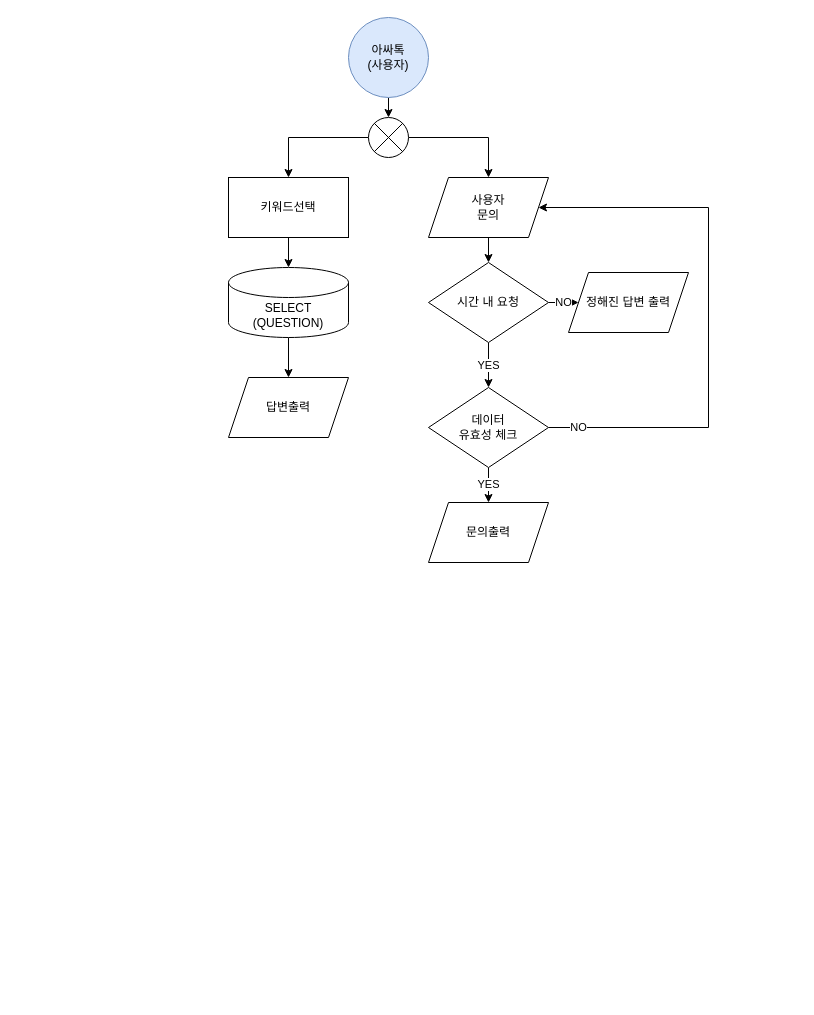
Before: page "아싸톡" (8 of 8) of 설계/데이터흐름도/회원 flowchart(혜진).drawio in hjkim27/TEAM_Project, a draw.io diagram. Source tidied: cells renumbered, new cells numbered last; positions are measured from the earlier drawing's top-left corner, leaving out a move shared by most shapes. Both pictures are drawn from the tidied source at 100%, with x=0, y=0 at pixel (228, 17).
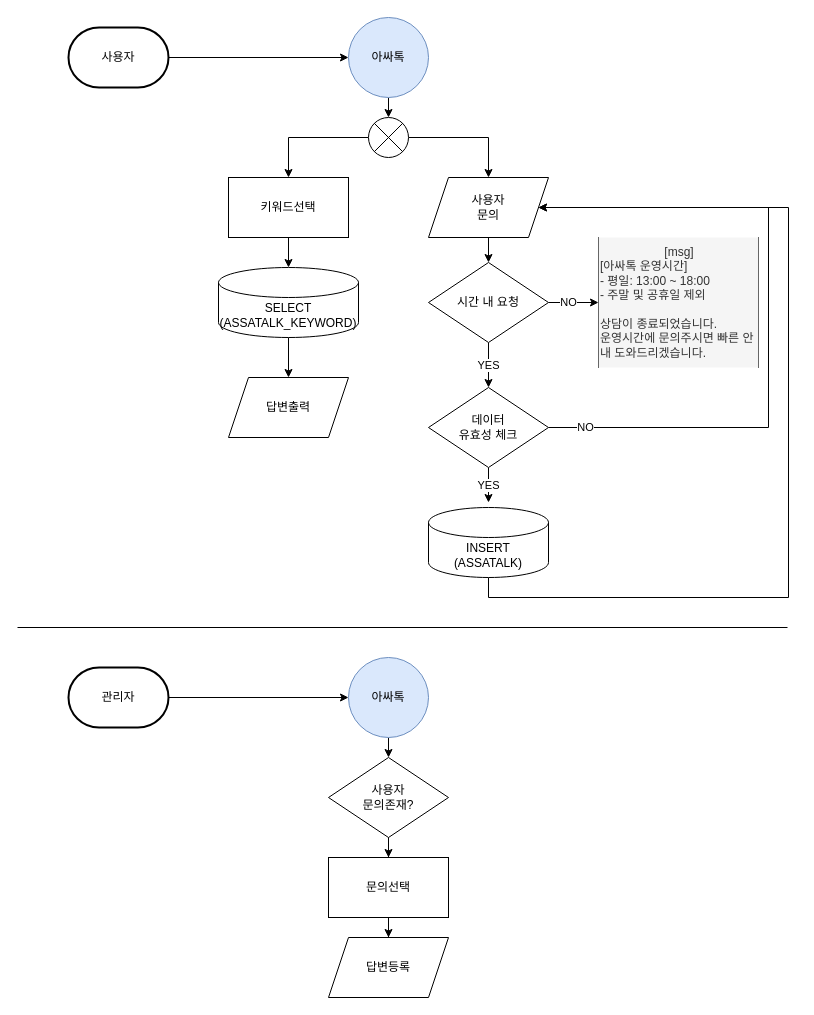
The same page after the edit.

The change refers to these unchanged cells:
```xml
<mxCell id="10" value="사용자&lt;br&gt;문의" style="shape=parallelogram;perimeter=parallelogramPerimeter;whiteSpace=wrap;html=1;fixedSize=1;strokeWidth=1;align=center;verticalAlign=middle;" parent="1" vertex="1">
  <mxGeometry x="200" y="160" width="120" height="60" as="geometry" />
</mxCell>
<mxCell id="13" value="시간 내 요청" style="rhombus;whiteSpace=wrap;html=1;rounded=0;strokeWidth=1;" parent="1" vertex="1">
  <mxGeometry x="200" y="245" width="120" height="80" as="geometry" />
</mxCell>
<mxCell id="16" value="데이터&lt;br&gt;유효성 체크" style="rhombus;whiteSpace=wrap;html=1;rounded=0;strokeWidth=1;" parent="1" vertex="1">
  <mxGeometry x="200" y="370" width="120" height="80" as="geometry" />
</mxCell>
```

Change to the diagram source:
```diff
@@
-    <mxCell id="3" value="아싸톡&lt;br&gt;(사용자)" style="ellipse;whiteSpace=wrap;html=1;strokeWidth=1;fillColor=#dae8fc;align=center;verticalAlign=middle;strokeColor=#6c8ebf;" parent="1" vertex="1">
+    <mxCell id="3" value="아싸톡" style="ellipse;whiteSpace=wrap;html=1;strokeWidth=1;fillColor=#dae8fc;align=center;verticalAlign=middle;strokeColor=#6c8ebf;" parent="1" vertex="1">
       <mxGeometry x="120" width="80" height="80" as="geometry" />
     </mxCell>
@@
-    <mxCell id="12" value="NO" style="edgeStyle=orthogonalEdgeStyle;rounded=0;jettySize=auto;html=1;exitX=1;exitY=0.5;exitDx=0;exitDy=0;entryX=0;entryY=0.5;entryDx=0;entryDy=0;endArrow=classic;endFill=1;" parent="1" edge="1" source="13" target="17">
-      <mxGeometry relative="1" as="geometry" />
+    <mxCell id="12" value="NO" style="edgeStyle=orthogonalEdgeStyle;rounded=0;jettySize=auto;html=1;exitX=1;exitY=0.5;exitDx=0;exitDy=0;entryX=0;entryY=0.5;entryDx=0;entryDy=0;endArrow=classic;endFill=1;" parent="1" edge="1" source="13" target="24">
+      <mxGeometry x="-0.2" relative="1" as="geometry" />
     </mxCell>
@@
     <mxCell id="14" value="NO" style="edgeStyle=orthogonalEdgeStyle;rounded=0;jettySize=auto;html=1;exitX=1;exitY=0.5;exitDx=0;exitDy=0;entryX=1;entryY=0.5;entryDx=0;entryDy=0;endArrow=classic;endFill=1;" parent="1" edge="1" source="16" target="10">
       <mxGeometry x="-0.89" relative="1" as="geometry">
         <Array as="points">
-          <mxPoint x="480" y="410" />
-          <mxPoint x="480" y="190" />
+          <mxPoint x="540" y="410" />
+          <mxPoint x="540" y="190" />
         </Array>
       </mxGeometry>
     </mxCell>
-    <mxCell id="15" value="YES" style="edgeStyle=orthogonalEdgeStyle;rounded=0;jettySize=auto;html=1;endArrow=classic;endFill=1;" parent="1" edge="1" source="16" target="18">
-      <mxGeometry relative="1" as="geometry" />
+    <mxCell id="15" value="YES" style="edgeStyle=orthogonalEdgeStyle;rounded=0;jettySize=auto;html=1;endArrow=classic;endFill=1;entryX=0.5;entryY=0;entryDx=0;entryDy=0;" parent="1" edge="1" source="16">
+      <mxGeometry relative="1" as="geometry">
+        <mxPoint x="260" y="485" as="targetPoint" />
+      </mxGeometry>
     </mxCell>
@@
-    <mxCell id="17" value="정해진 답변 출력" style="shape=parallelogram;perimeter=parallelogramPerimeter;whiteSpace=wrap;html=1;fixedSize=1;strokeWidth=1;align=center;verticalAlign=middle;" parent="1" vertex="1">
-      <mxGeometry x="340" y="255" width="120" height="60" as="geometry" />
-    </mxCell>
-    <mxCell id="18" value="문의출력" style="shape=parallelogram;perimeter=parallelogramPerimeter;whiteSpace=wrap;html=1;fixedSize=1;rounded=0;strokeWidth=1;" parent="1" vertex="1">
-      <mxGeometry x="200" y="485" width="120" height="60" as="geometry" />
-    </mxCell>
@@
-    <mxCell id="20" value="SELECT&lt;br&gt;(QUESTION)" style="shape=cylinder3;whiteSpace=wrap;html=1;boundedLbl=1;backgroundOutline=1;size=15;strokeWidth=1;align=center;verticalAlign=middle;" parent="1" vertex="1">
-      <mxGeometry y="250" width="120" height="70" as="geometry" />
+    <mxCell id="20" value="SELECT&lt;br&gt;(ASSATALK_KEYWORD)" style="shape=cylinder3;whiteSpace=wrap;html=1;boundedLbl=1;backgroundOutline=1;size=15;strokeWidth=1;align=center;verticalAlign=middle;" parent="1" vertex="1">
+      <mxGeometry x="-10" y="250" width="140" height="70" as="geometry" />
     </mxCell>
@@
+    <mxCell id="22" style="edgeStyle=orthogonalEdgeStyle;rounded=0;jettySize=auto;html=1;exitX=1;exitY=0.5;exitDx=0;exitDy=0;exitPerimeter=0;entryX=0;entryY=0.5;entryDx=0;entryDy=0;endArrow=classic;endFill=1;" parent="1" edge="1" source="23" target="3">
+      <mxGeometry relative="1" as="geometry" />
+    </mxCell>
+    <mxCell id="23" value="사용자" style="strokeWidth=2;html=1;shape=mxgraph.flowchart.terminator;whiteSpace=wrap;align=center;verticalAlign=middle;" parent="1" vertex="1">
+      <mxGeometry x="-160" y="10" width="100" height="60" as="geometry" />
+    </mxCell>
+    <mxCell id="24" value="&lt;div style=&quot;text-align: center&quot;&gt;&lt;span&gt;[msg]&lt;/span&gt;&lt;/div&gt;&lt;div&gt;[아싸톡 운영시간]&lt;/div&gt;&lt;div&gt;- 평일: 13:00 ~ 18:00&lt;/div&gt;&lt;div&gt;- 주말 및 공휴일 제외&lt;/div&gt;&lt;div&gt;&lt;br&gt;&lt;/div&gt;&lt;div&gt;상담이 종료되었습니다.&lt;/div&gt;&lt;div&gt;운영시간에 문의주시면 빠른 안내 도와드리겠습니다.&lt;/div&gt;" style="shape=partialRectangle;whiteSpace=wrap;html=1;bottom=0;top=0;fillColor=#f5f5f5;align=left;strokeColor=#666666;fontColor=#333333;" parent="1" vertex="1">
+      <mxGeometry x="370" y="220" width="160" height="130" as="geometry" />
+    </mxCell>
+    <mxCell id="25" style="endArrow=none;html=1;rounded=0;edgeStyle=orthogonalEdgeStyle;" parent="1" edge="1">
+      <mxGeometry relative="1" as="geometry">
+        <mxPoint x="-211" y="610" as="sourcePoint" />
+        <mxPoint x="559" y="610" as="targetPoint" />
+      </mxGeometry>
+    </mxCell>
+    <mxCell id="26" style="edgeStyle=orthogonalEdgeStyle;rounded=0;jettySize=auto;html=1;exitX=0.5;exitY=1;exitDx=0;exitDy=0;entryX=0.5;entryY=0;entryDx=0;entryDy=0;endArrow=classic;endFill=1;" parent="1" edge="1" source="27" target="31">
+      <mxGeometry relative="1" as="geometry" />
+    </mxCell>
+    <mxCell id="27" value="아싸톡" style="ellipse;whiteSpace=wrap;html=1;strokeWidth=1;fillColor=#dae8fc;align=center;verticalAlign=middle;strokeColor=#6c8ebf;" parent="1" vertex="1">
+      <mxGeometry x="120" y="640" width="80" height="80" as="geometry" />
+    </mxCell>
+    <mxCell id="28" style="edgeStyle=orthogonalEdgeStyle;rounded=0;jettySize=auto;html=1;exitX=1;exitY=0.5;exitDx=0;exitDy=0;exitPerimeter=0;entryX=0;entryY=0.5;entryDx=0;entryDy=0;endArrow=classic;endFill=1;" parent="1" edge="1" source="29" target="27">
+      <mxGeometry relative="1" as="geometry" />
+    </mxCell>
+    <mxCell id="29" value="관리자" style="strokeWidth=2;html=1;shape=mxgraph.flowchart.terminator;whiteSpace=wrap;align=center;verticalAlign=middle;" parent="1" vertex="1">
+      <mxGeometry x="-160" y="650" width="100" height="60" as="geometry" />
+    </mxCell>
+    <mxCell id="30" style="edgeStyle=orthogonalEdgeStyle;rounded=0;jettySize=auto;html=1;endArrow=classic;endFill=1;" parent="1" edge="1" source="31" target="33">
+      <mxGeometry relative="1" as="geometry" />
+    </mxCell>
+    <mxCell id="31" value="사용자&lt;br&gt;문의존재?" style="rhombus;whiteSpace=wrap;html=1;rounded=0;strokeWidth=1;" parent="1" vertex="1">
+      <mxGeometry x="100" y="740" width="120" height="80" as="geometry" />
+    </mxCell>
+    <mxCell id="32" style="edgeStyle=orthogonalEdgeStyle;rounded=0;jettySize=auto;html=1;endArrow=classic;endFill=1;" parent="1" edge="1" source="33" target="34">
+      <mxGeometry relative="1" as="geometry" />
+    </mxCell>
+    <mxCell id="33" value="문의선택" style="whiteSpace=wrap;html=1;rounded=0;strokeWidth=1;" parent="1" vertex="1">
+      <mxGeometry x="100" y="840" width="120" height="60" as="geometry" />
+    </mxCell>
+    <mxCell id="34" value="답변등록" style="shape=parallelogram;perimeter=parallelogramPerimeter;whiteSpace=wrap;html=1;fixedSize=1;rounded=0;strokeWidth=1;" parent="1" vertex="1">
+      <mxGeometry x="100" y="920" width="120" height="60" as="geometry" />
+    </mxCell>
+    <mxCell id="35" style="edgeStyle=orthogonalEdgeStyle;rounded=0;jettySize=auto;html=1;exitX=0.5;exitY=1;exitDx=0;exitDy=0;exitPerimeter=0;entryX=1;entryY=0.5;entryDx=0;entryDy=0;endArrow=classic;endFill=1;" parent="1" edge="1" source="36" target="10">
+      <mxGeometry relative="1" as="geometry">
+        <Array as="points">
+          <mxPoint x="260" y="580" />
+          <mxPoint x="560" y="580" />
+          <mxPoint x="560" y="190" />
+        </Array>
+      </mxGeometry>
+    </mxCell>
+    <mxCell id="36" value="INSERT&lt;br&gt;(ASSATALK)" style="shape=cylinder3;whiteSpace=wrap;html=1;boundedLbl=1;backgroundOutline=1;size=15;strokeWidth=1;align=center;verticalAlign=middle;" parent="1" vertex="1">
+      <mxGeometry x="200" y="490" width="120" height="70" as="geometry" />
+    </mxCell>
```
